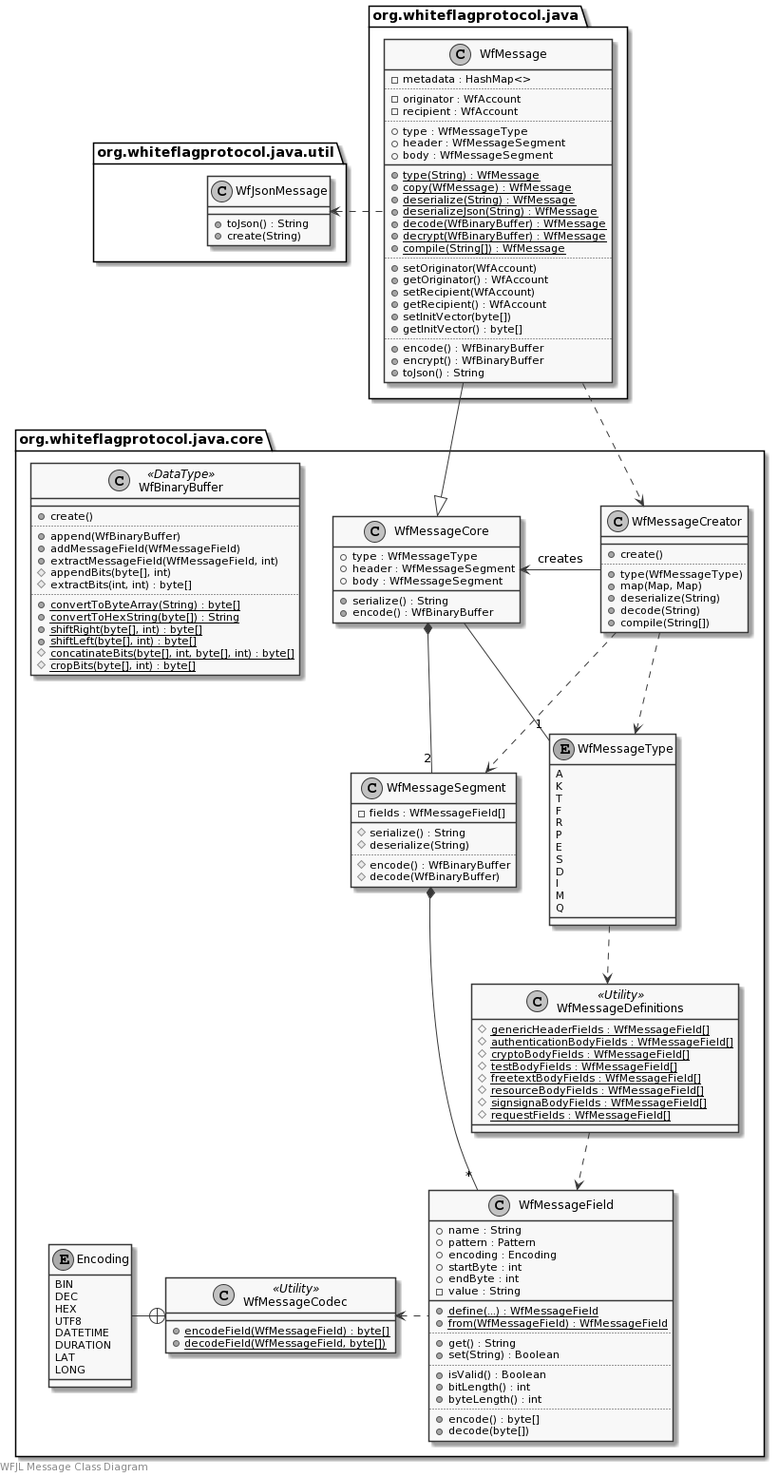
WhiteflagProtocol/whiteflag-java keeps this PlantUML diagram as docs/uml/messages.png. Above is the earlier version.
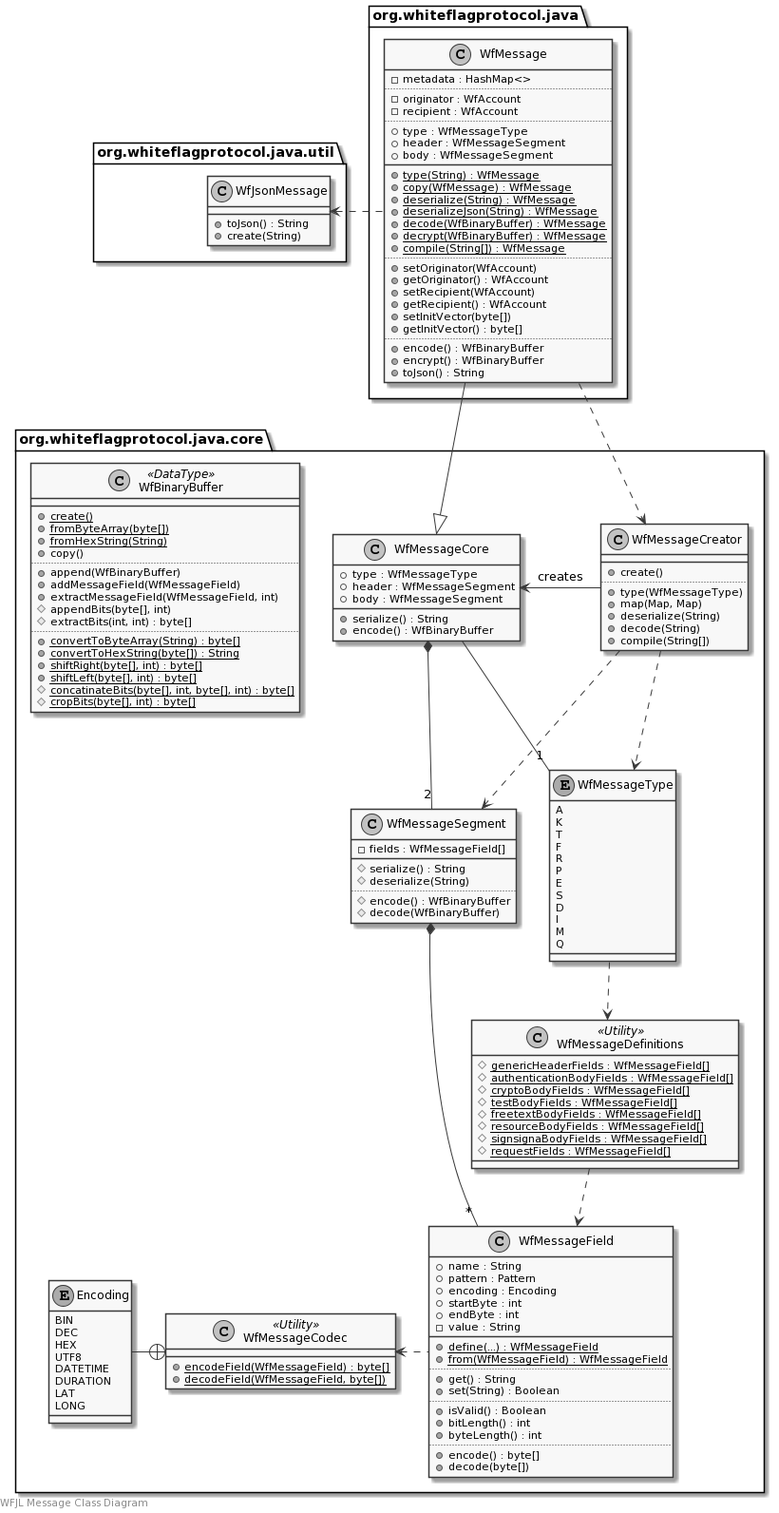
The same diagram one commit later.

Change to the diagram source:
```diff
@@ -91,7 +91,10 @@
     }
     class WfBinaryBuffer <<DataType>> {
         __
-        +create()
+        {static} +create()
+        {static} +fromByteArray(byte[])
+        {static} +fromHexString(String)
+        +copy()
         ..
         +append(WfBinaryBuffer)
         +addMessageField(WfMessageField)
```
